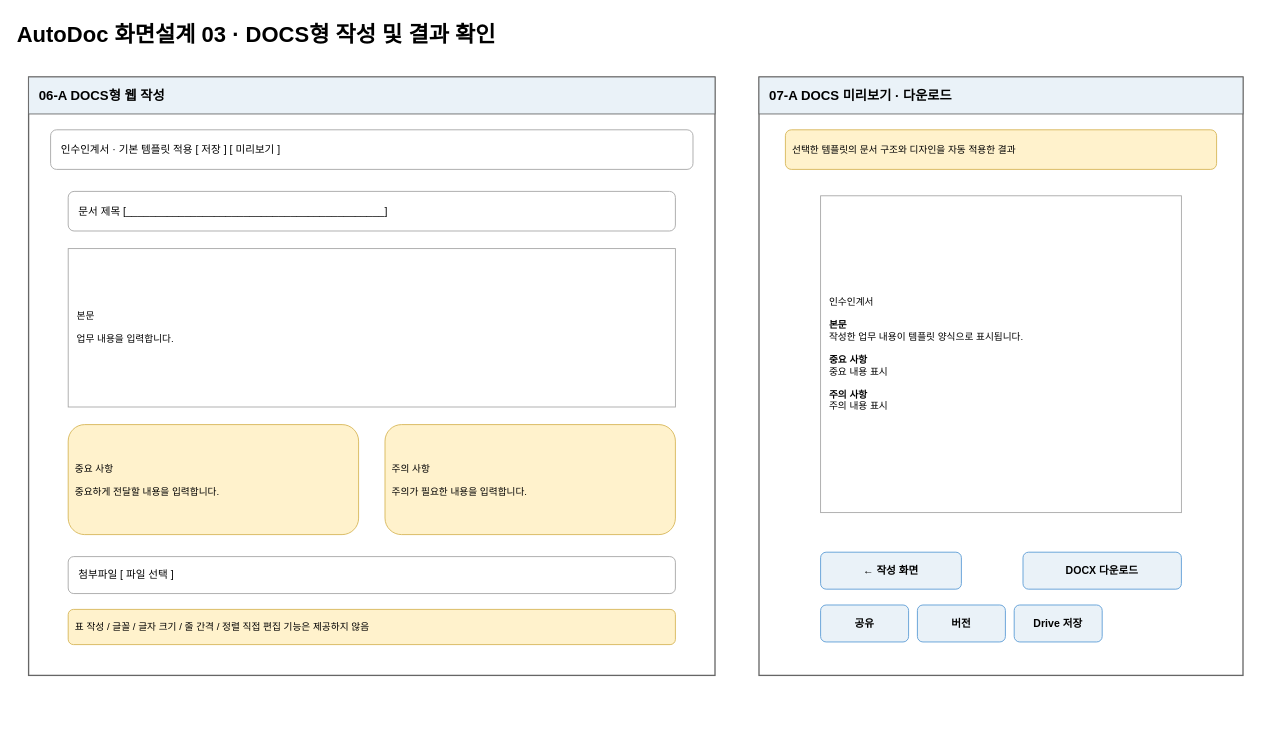
The draw.io diagram page "03 DOCS작성" (3 of 14) of docs/design/AutoDoc_화면설계서.drawio in Ncoding2023/autodoc, before the edit. Source tidied: cells renumbered, new cells numbered last; positions are measured from the earlier drawing's top-left corner, leaving out a move shared by most shapes. Both pictures are drawn from the tidied source at 88%, with x=0, y=0 at pixel (15, 15).
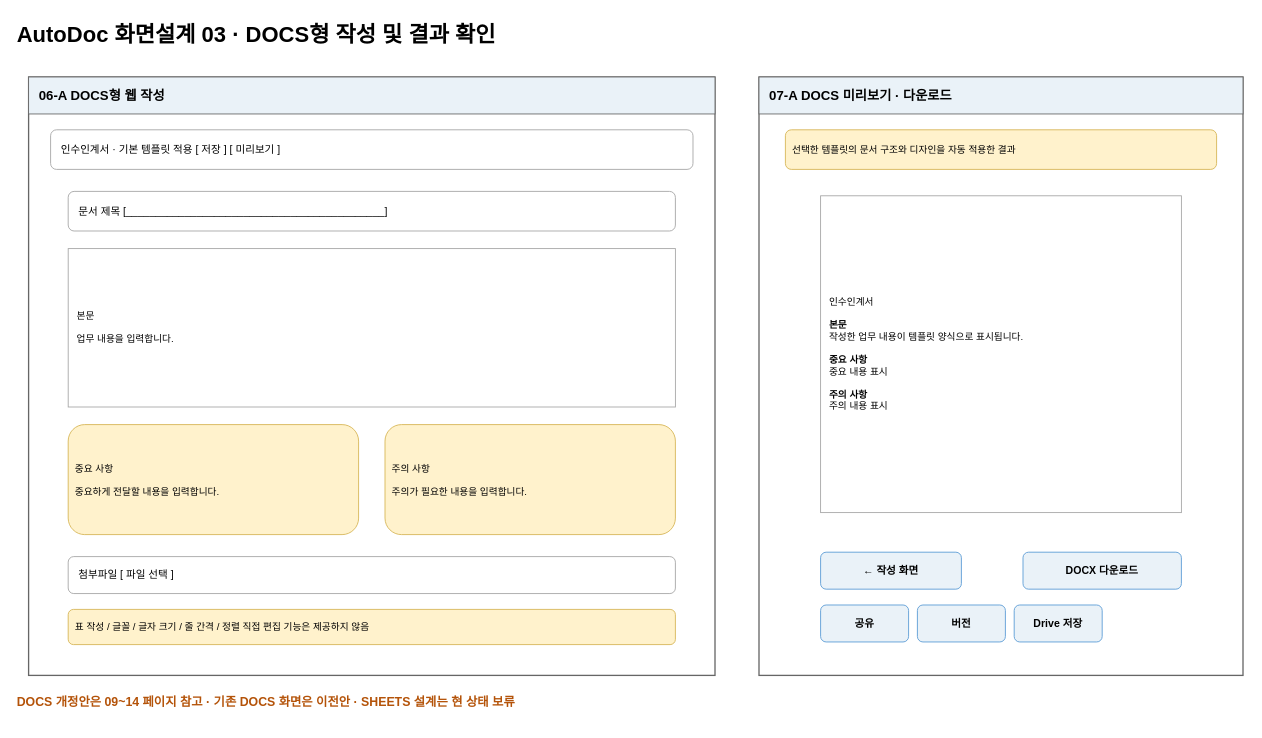
After the change.

Diff of the diagram source:
```diff
@@
+    <mxCell id="21" value="DOCS 개정안은 09~14 페이지 참고 · 기존 DOCS 화면은 이전안 · SHEETS 설계는 현 상태 보류" style="text;html=1;fontSize=14;fontStyle=1;fontColor=#B45309;align=left;" parent="1" vertex="1">
+      <mxGeometry y="765" width="1400" height="40" as="geometry" />
+    </mxCell>
```
